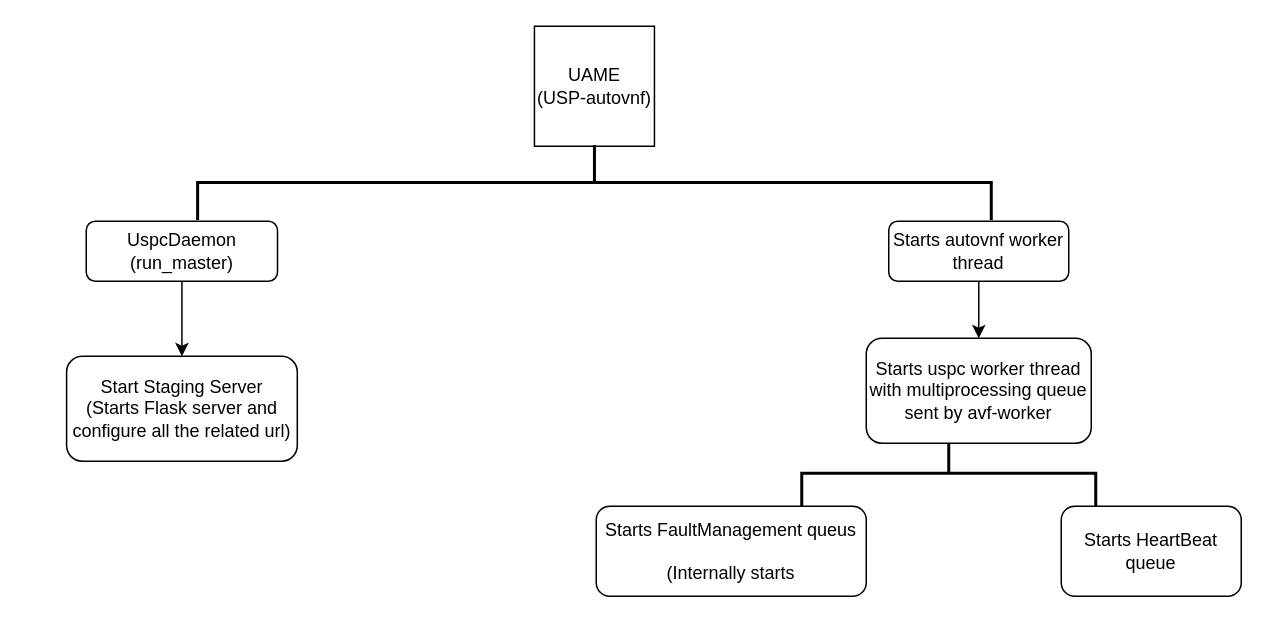
Above: Untitled Diagram.drawio in mupasak/ansible (draw.io), before the change. Source tidied: cells renumbered, new cells numbered last; positions are measured from the earlier drawing's top-left corner, leaving out a move shared by most shapes. Both pictures are drawn from the tidied source at 150%, with x=0, y=0 at pixel (66, -214).
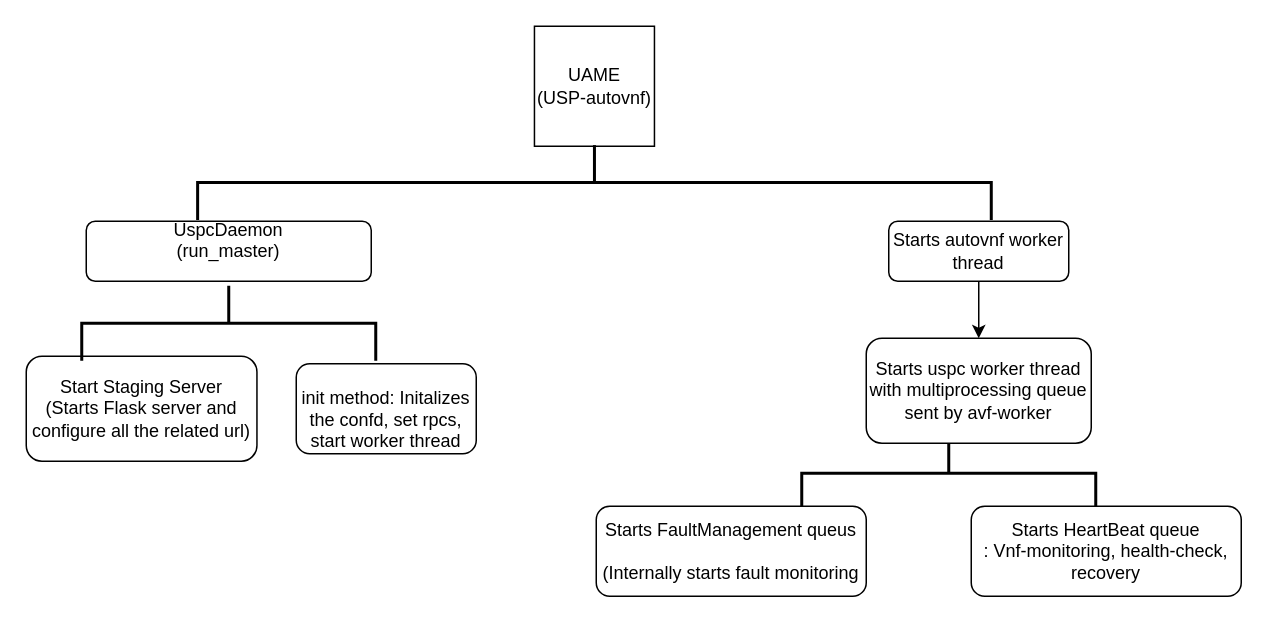
The same diagram, later.

Commit message:
UAME flow

Change to the diagram source:
```diff
@@
 <mxGraphModel>
   <root>
     <mxCell id="0" />
     <mxCell id="1" parent="0" />
     <mxCell id="2" value="&lt;div&gt;UAME&lt;/div&gt;&lt;div&gt;(USP-autovnf)&lt;br&gt;&lt;/div&gt;" style="whiteSpace=wrap;html=1;" parent="1" vertex="1">
       <mxGeometry x="311.8" y="160" width="80" height="80" as="geometry" />
     </mxCell>
     <mxCell id="3" style="strokeWidth=2;html=1;shape=mxgraph.flowchart.annotation_2;align=left;labelPosition=right;rotation=90;" parent="1" vertex="1">
       <mxGeometry x="326.8" y="-0.3" width="50" height="529.1" as="geometry" />
     </mxCell>
     <mxCell id="4" style="strokeWidth=2;html=1;shape=mxgraph.flowchart.annotation_2;align=left;labelPosition=right;rotation=90;" parent="1" vertex="1">
       <mxGeometry x="563" y="360" width="50" height="196" as="geometry" />
     </mxCell>
-    <mxCell id="5" style="edgeStyle=orthogonalEdgeStyle;rounded=0;jettySize=auto;html=1;" parent="1" edge="1" source="6" target="7">
-      <mxGeometry relative="1" as="geometry" />
-    </mxCell>
-    <mxCell id="6" value="&lt;div&gt;UspcDaemon&lt;/div&gt;&lt;div&gt;(run_master)&lt;br&gt;&lt;/div&gt;" style="rounded=1;whiteSpace=wrap;html=1;" parent="1" vertex="1">
-      <mxGeometry x="13" y="290" width="127.5" height="40" as="geometry" />
+    <mxCell id="6" value="&lt;div&gt;UspcDaemon&lt;/div&gt;&lt;div&gt;(run_master)&lt;/div&gt;&lt;div&gt;&lt;br&gt;&lt;/div&gt;" style="rounded=1;whiteSpace=wrap;html=1;" parent="1" vertex="1">
+      <mxGeometry x="13" y="290" width="190" height="40" as="geometry" />
     </mxCell>
     <mxCell id="7" value="&lt;div&gt;Start Staging Server&lt;/div&gt;&lt;div&gt;(Starts Flask server and configure all the related url)&lt;br&gt;&lt;/div&gt;" style="rounded=1;whiteSpace=wrap;html=1;" parent="1" vertex="1">
-      <mxGeometry x="-0.1" y="380" width="153.8" height="70" as="geometry" />
+      <mxGeometry x="-27" y="380" width="153.8" height="70" as="geometry" />
     </mxCell>
     <mxCell id="8" style="edgeStyle=orthogonalEdgeStyle;rounded=0;jettySize=auto;html=1;" parent="1" edge="1" source="9" target="10">
       <mxGeometry relative="1" as="geometry" />
     </mxCell>
     <mxCell id="9" value="Starts autovnf worker thread" style="rounded=1;whiteSpace=wrap;html=1;" parent="1" vertex="1">
       <mxGeometry x="548" y="290" width="120" height="40" as="geometry" />
     </mxCell>
     <mxCell id="10" value="&lt;div&gt;Starts uspc worker thread with multiprocessing queue&lt;/div&gt;&lt;div&gt;sent by avf-worker&lt;/div&gt;" style="rounded=1;whiteSpace=wrap;html=1;" parent="1" vertex="1">
       <mxGeometry x="533" y="368" width="150" height="70" as="geometry" />
     </mxCell>
-    <mxCell id="11" value="&lt;div&gt;Starts FaultManagement queus&lt;/div&gt;&lt;div&gt;&lt;br&gt;&lt;/div&gt;&lt;div&gt;(Internally starts &lt;br&gt;&lt;/div&gt;" style="rounded=1;whiteSpace=wrap;html=1;" parent="1" vertex="1">
+    <mxCell id="11" value="&lt;div&gt;Starts FaultManagement queus&lt;/div&gt;&lt;div&gt;&lt;br&gt;&lt;/div&gt;&lt;div&gt;(Internally starts fault monitoring &lt;br&gt;&lt;/div&gt;" style="rounded=1;whiteSpace=wrap;html=1;" parent="1" vertex="1">
       <mxGeometry x="353" y="480" width="180" height="60" as="geometry" />
     </mxCell>
-    <mxCell id="12" value="&lt;div&gt;Starts HeartBeat queue&lt;/div&gt;" style="rounded=1;whiteSpace=wrap;html=1;" parent="1" vertex="1">
-      <mxGeometry x="663" y="480" width="120" height="60" as="geometry" />
+    <mxCell id="12" value="&lt;div&gt;Starts HeartBeat queue&lt;/div&gt;: Vnf-monitoring, health-check, recovery" style="rounded=1;whiteSpace=wrap;html=1;" parent="1" vertex="1">
+      <mxGeometry x="603" y="480" width="180" height="60" as="geometry" />
     </mxCell>
+    <mxCell id="13" value="&lt;br&gt;init method: Initalizes the confd, set rpcs, start worker thread&lt;br&gt;" style="rounded=1;whiteSpace=wrap;html=1;" parent="1" vertex="1">
+      <mxGeometry x="153" y="385" width="120" height="60" as="geometry" />
+    </mxCell>
+    <mxCell id="14" style="strokeWidth=2;html=1;shape=mxgraph.flowchart.annotation_2;align=left;labelPosition=right;rotation=90;" parent="1" vertex="1">
+      <mxGeometry x="83" y="260" width="50" height="196" as="geometry" />
+    </mxCell>
   </root>
 </mxGraphModel>
```
